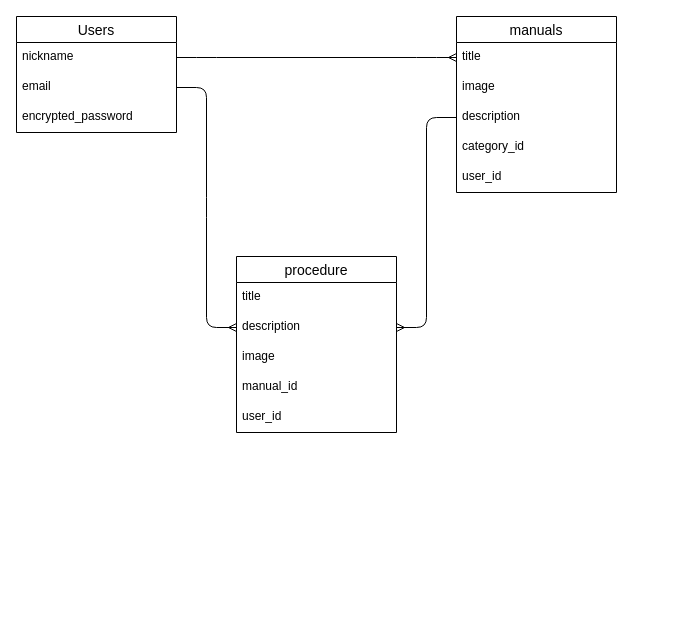
CatAisa/manual-app keeps this draw.io diagram as table.dio. Above is the earlier version. Source tidied: cells renumbered, new cells numbered last; positions are measured from the earlier drawing's top-left corner, leaving out a move shared by most shapes. Both pictures are drawn from the tidied source at 100%, with x=0, y=0 at pixel (16, 16).
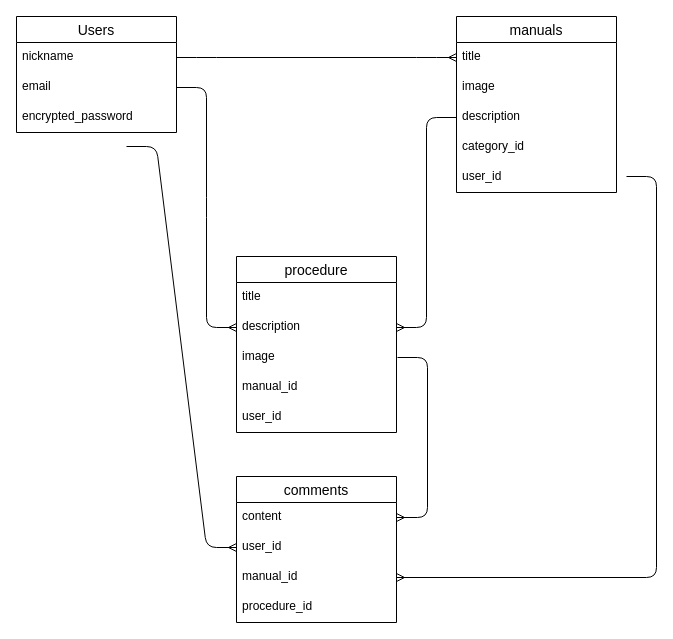
After the change.

Commit message (it also covers changes not shown here):
データーベース設計

Diff of the diagram source:
```diff
@@
+    <mxCell id="21" value="comments" style="swimlane;fontStyle=0;horizontal=1;startSize=26;align=center;fontSize=14;" parent="1" vertex="1">
+      <mxGeometry x="220" y="460" width="160" height="146" as="geometry" />
+    </mxCell>
+    <mxCell id="22" value="content" style="text;strokeColor=none;fillColor=none;spacingLeft=4;spacingRight=4;overflow=hidden;points=[[0,0.5],[1,0.5]];portConstraint=eastwest;fontSize=12;" parent="21" vertex="1">
+      <mxGeometry y="26" width="160" height="30" as="geometry" />
+    </mxCell>
+    <mxCell id="23" value="user_id" style="text;strokeColor=none;fillColor=none;spacingLeft=4;spacingRight=4;overflow=hidden;points=[[0,0.5],[1,0.5]];portConstraint=eastwest;fontSize=12;" parent="21" vertex="1">
+      <mxGeometry y="56" width="160" height="30" as="geometry" />
+    </mxCell>
+    <mxCell id="24" value="manual_id" style="text;strokeColor=none;fillColor=none;spacingLeft=4;spacingRight=4;overflow=hidden;points=[[0,0.5],[1,0.5]];portConstraint=eastwest;fontSize=12;" parent="21" vertex="1">
+      <mxGeometry y="86" width="160" height="30" as="geometry" />
+    </mxCell>
+    <mxCell id="25" value="procedure_id" style="text;strokeColor=none;fillColor=none;spacingLeft=4;spacingRight=4;overflow=hidden;fontSize=12;" parent="21" vertex="1">
+      <mxGeometry y="116" width="160" height="30" as="geometry" />
+    </mxCell>
+    <mxCell id="26" style="edgeStyle=entityRelationEdgeStyle;fontSize=12;html=1;endArrow=ERmany;entryX=1;entryY=0.5;entryDx=0;entryDy=0;" parent="1" edge="1" target="22">
+      <mxGeometry relative="1" as="geometry">
+        <mxPoint x="381" y="341" as="sourcePoint" />
+      </mxGeometry>
+    </mxCell>
+    <mxCell id="27" style="edgeStyle=entityRelationEdgeStyle;fontSize=12;html=1;endArrow=ERmany;entryX=0;entryY=0.5;entryDx=0;entryDy=0;" parent="1" edge="1" target="23">
+      <mxGeometry relative="1" as="geometry">
+        <mxPoint x="110" y="130" as="sourcePoint" />
+      </mxGeometry>
+    </mxCell>
+    <mxCell id="28" style="edgeStyle=entityRelationEdgeStyle;fontSize=12;html=1;endArrow=ERmany;entryX=1;entryY=0.5;entryDx=0;entryDy=0;" parent="1" edge="1" target="24">
+      <mxGeometry relative="1" as="geometry">
+        <mxPoint x="610" y="160" as="sourcePoint" />
+      </mxGeometry>
+    </mxCell>
```
